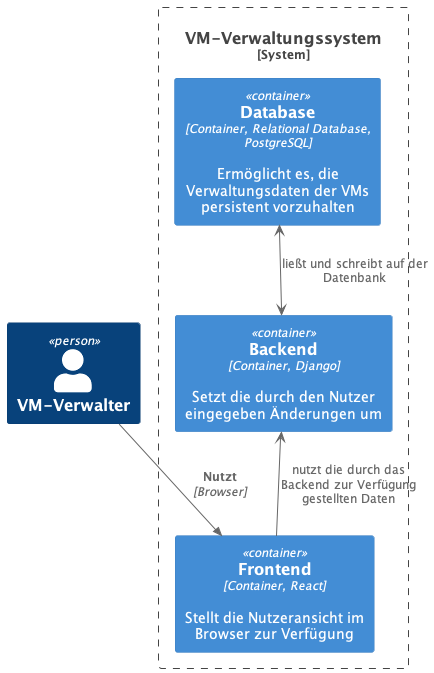
Above: docs/architecture/images/Container.png in henrikalbrecht/I05-Virtuelle-Maschinen (PlantUML), before the change. Its diagram source:
```plantuml
@startuml Container
!include https://raw.githubusercontent.com/plantuml-stdlib/C4-PlantUML/master/C4_Container.puml

Person(admin, "VM-Verwalter")
System_Boundary(c1, "VM-Verwaltungssystem") {
    Container(frontend, "Frontend", "Container, React", "Stellt die Nutzeransicht im Browser zur Verfügung")
    Container(database, "Database", "Container, Relational Database, PostgreSQL", "Ermöglicht es, die Verwaltungsdaten der VMs persistent vorzuhalten"   )
    Container(backend, "Backend", "Container, Django", "Setzt die durch den Nutzer eingegeben Änderungen um" )
}

Rel(admin, frontend, "Nutzt", "Browser")
database<-->backend: ließt und schreibt auf der Datenbank
backend<--frontend: nutzt die durch das Backend zur Verfügung gestellten Daten
@enduml
```
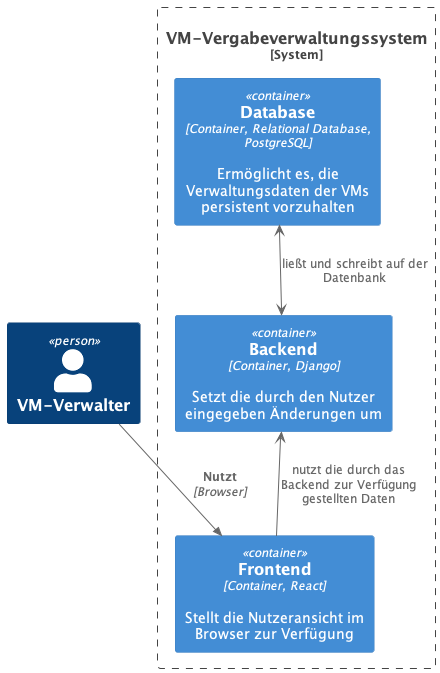
The same diagram one commit later.

Diff of the diagram source:
```diff
@@ -2,7 +2,7 @@
 !include https://raw.githubusercontent.com/plantuml-stdlib/C4-PlantUML/master/C4_Container.puml
 
 Person(admin, "VM-Verwalter")
-System_Boundary(c1, "VM-Verwaltungssystem") {
+System_Boundary(c1, "VM-Vergabeverwaltungssystem") {
     Container(frontend, "Frontend", "Container, React", "Stellt die Nutzeransicht im Browser zur Verfügung")
     Container(database, "Database", "Container, Relational Database, PostgreSQL", "Ermöglicht es, die Verwaltungsdaten der VMs persistent vorzuhalten"   )
     Container(backend, "Backend", "Container, Django", "Setzt die durch den Nutzer eingegeben Änderungen um" )
```
